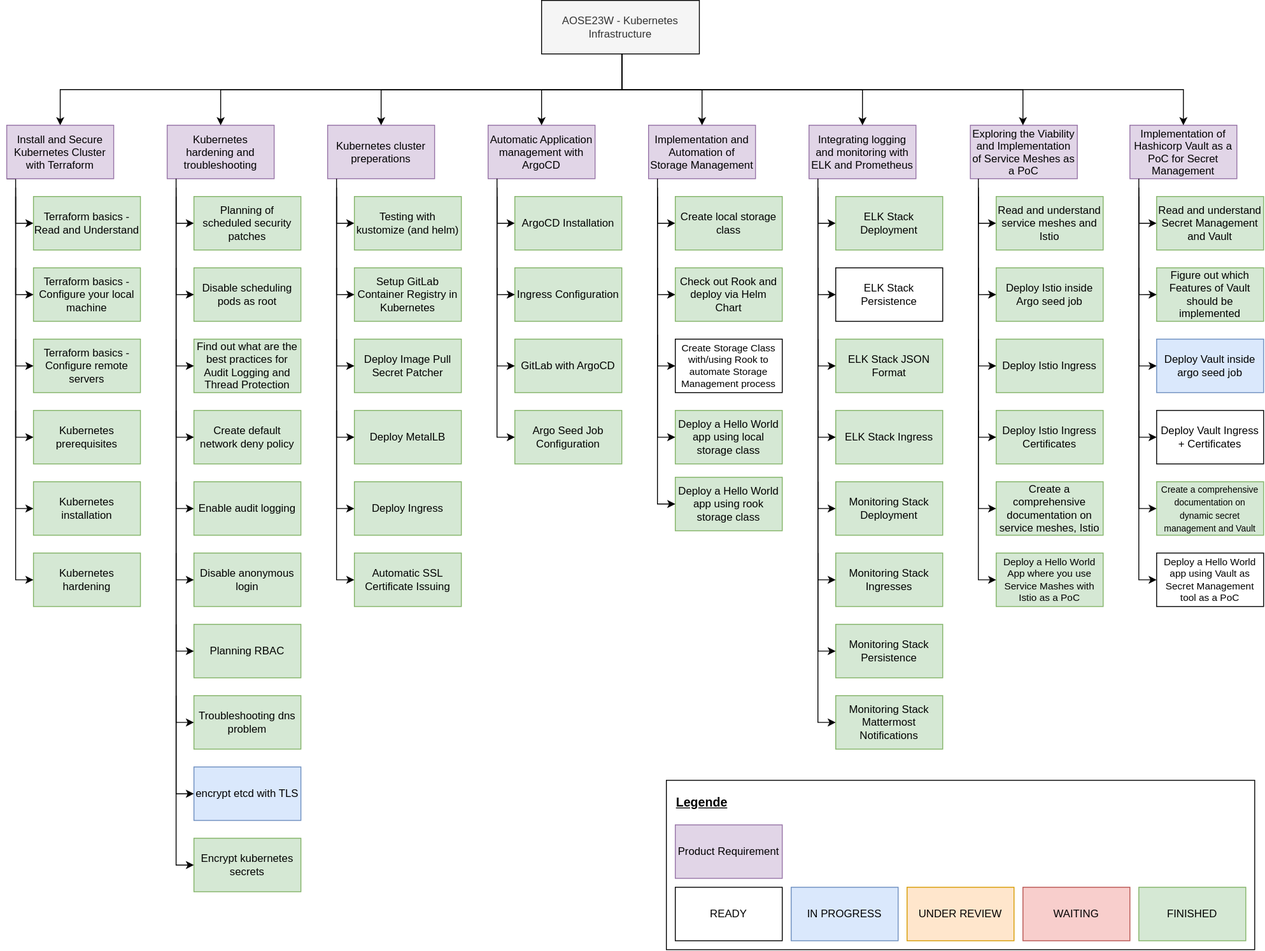
Before: uni-bsc/product-requirements-kubernetes-infrastructure.drawio.svg, a diagram exported from draw.io (pogii123/drawio-charts). Source tidied: cells renumbered, new cells last; positions are measured from the earlier drawing's top-left corner, leaving out a move shared by most shapes.
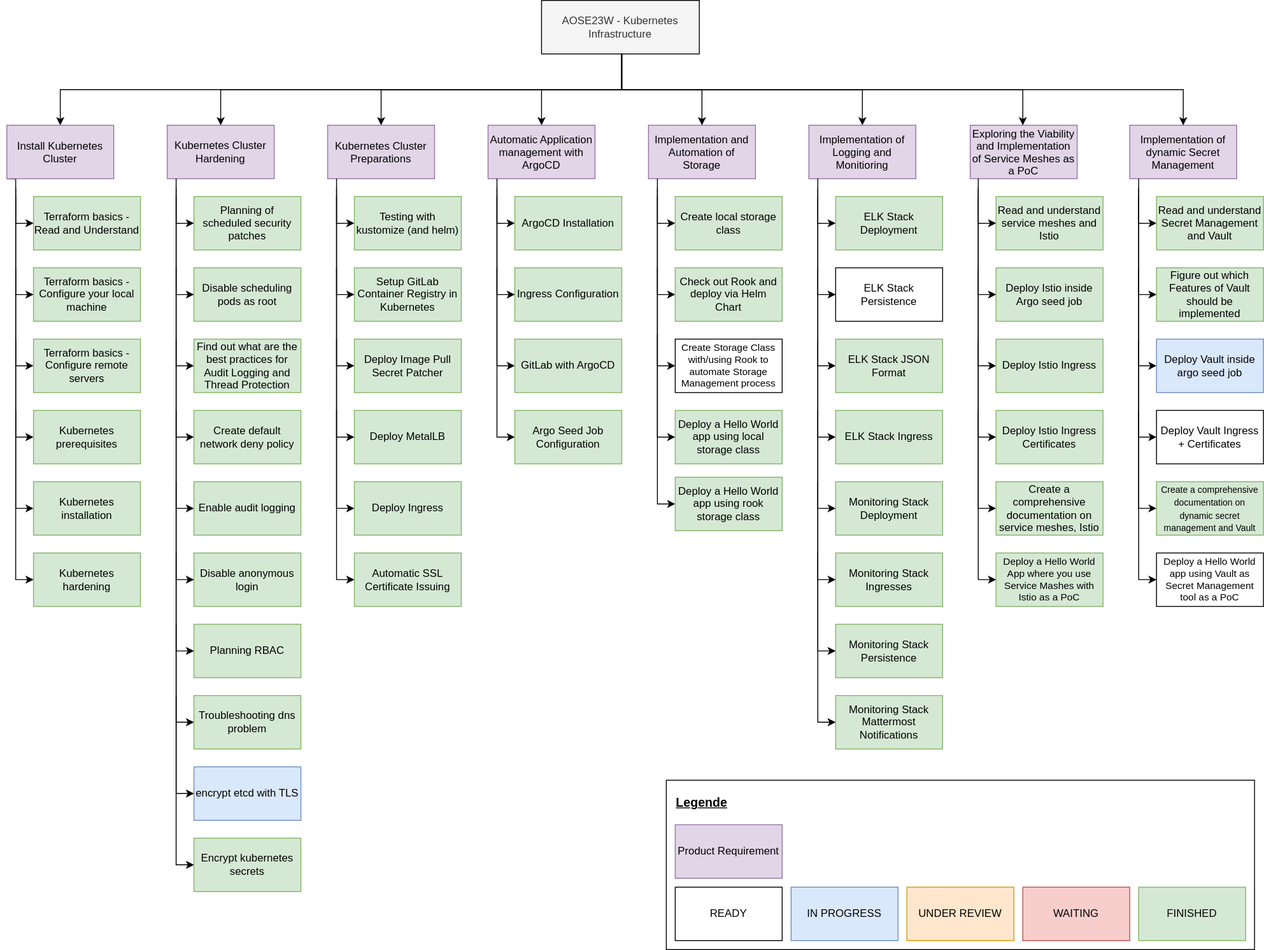
Later version of the same file.

What changed in the source:
```diff
@@ -45,28 +45,28 @@
         </Array>
       </mxGeometry>
     </mxCell>
-    <mxCell id="13" value="&lt;p style=&quot;margin: 0px; font-style: normal; font-variant-caps: normal; font-stretch: normal; line-height: normal; font-size-adjust: none; font-kerning: auto; font-variant-alternates: normal; font-variant-ligatures: normal; font-variant-numeric: normal; font-variant-east-asian: normal; font-variant-position: normal; font-feature-settings: normal; font-optical-sizing: auto; font-variation-settings: normal;&quot;&gt;&lt;font face=&quot;Helvetica&quot; style=&quot;font-size: 12px;&quot;&gt;Install and Secure Kubernetes Cluster with Terraform&lt;/font&gt;&lt;/p&gt;" style="whiteSpace=wrap;html=1;rounded=0;fillColor=#e1d5e7;strokeColor=#9673a6;" parent="1" vertex="1">
+    <mxCell id="13" value="&lt;p style=&quot;margin: 0px; font-style: normal; font-variant-caps: normal; font-stretch: normal; line-height: normal; font-size-adjust: none; font-kerning: auto; font-variant-alternates: normal; font-variant-ligatures: normal; font-variant-numeric: normal; font-variant-east-asian: normal; font-variant-position: normal; font-feature-settings: normal; font-optical-sizing: auto; font-variation-settings: normal;&quot;&gt;&lt;font face=&quot;Helvetica&quot; style=&quot;font-size: 12px;&quot;&gt;Install Kubernetes Cluster&lt;/font&gt;&lt;/p&gt;" style="whiteSpace=wrap;html=1;rounded=0;fillColor=#e1d5e7;strokeColor=#9673a6;" parent="1" vertex="1">
       <mxGeometry y="140" width="120" height="60" as="geometry" />
     </mxCell>
-    <mxCell id="14" value="&lt;p style=&quot;margin: 0px; font-style: normal; font-variant-caps: normal; font-stretch: normal; line-height: normal; font-size-adjust: none; font-kerning: auto; font-variant-alternates: normal; font-variant-ligatures: normal; font-variant-numeric: normal; font-variant-east-asian: normal; font-variant-position: normal; font-feature-settings: normal; font-optical-sizing: auto; font-variation-settings: normal;&quot;&gt;&lt;font face=&quot;Helvetica&quot; style=&quot;font-size: 12px;&quot;&gt;Kubernetes hardening and troubleshooting&lt;/font&gt;&lt;/p&gt;" style="whiteSpace=wrap;html=1;rounded=0;fillColor=#e1d5e7;strokeColor=#9673a6;" parent="1" vertex="1">
+    <mxCell id="14" value="Kubernetes Cluster Hardening" style="whiteSpace=wrap;html=1;rounded=0;fillColor=#e1d5e7;strokeColor=#9673a6;" parent="1" vertex="1">
       <mxGeometry x="180" y="140" width="120" height="60" as="geometry" />
     </mxCell>
-    <mxCell id="15" value="&lt;p style=&quot;margin: 0px; font-style: normal; font-variant-caps: normal; font-stretch: normal; line-height: normal; font-size-adjust: none; font-kerning: auto; font-variant-alternates: normal; font-variant-ligatures: normal; font-variant-numeric: normal; font-variant-east-asian: normal; font-variant-position: normal; font-feature-settings: normal; font-optical-sizing: auto; font-variation-settings: normal;&quot;&gt;&lt;font face=&quot;Helvetica&quot; style=&quot;font-size: 12px;&quot;&gt;Kubernetes cluster preperations&lt;/font&gt;&lt;/p&gt;" style="whiteSpace=wrap;html=1;rounded=0;fillColor=#e1d5e7;strokeColor=#9673a6;" parent="1" vertex="1">
+    <mxCell id="15" value="&lt;p style=&quot;margin: 0px; font-style: normal; font-variant-caps: normal; font-stretch: normal; line-height: normal; font-size-adjust: none; font-kerning: auto; font-variant-alternates: normal; font-variant-ligatures: normal; font-variant-numeric: normal; font-variant-east-asian: normal; font-variant-position: normal; font-feature-settings: normal; font-optical-sizing: auto; font-variation-settings: normal;&quot;&gt;&lt;font face=&quot;Helvetica&quot; style=&quot;font-size: 12px;&quot;&gt;Kubernetes Cluster Preparations&lt;/font&gt;&lt;/p&gt;" style="whiteSpace=wrap;html=1;rounded=0;fillColor=#e1d5e7;strokeColor=#9673a6;" parent="1" vertex="1">
       <mxGeometry x="360" y="140" width="120" height="60" as="geometry" />
     </mxCell>
     <mxCell id="16" value="&lt;p style=&quot;margin: 0px; font-style: normal; font-variant-caps: normal; font-stretch: normal; line-height: normal; font-size-adjust: none; font-kerning: auto; font-variant-alternates: normal; font-variant-ligatures: normal; font-variant-numeric: normal; font-variant-east-asian: normal; font-variant-position: normal; font-feature-settings: normal; font-optical-sizing: auto; font-variation-settings: normal;&quot;&gt;&lt;font style=&quot;font-size: 12px;&quot;&gt;Automatic Application management with ArgoCD&lt;/font&gt;&lt;/p&gt;" style="whiteSpace=wrap;html=1;rounded=0;fillColor=#e1d5e7;strokeColor=#9673a6;" parent="1" vertex="1">
       <mxGeometry x="540" y="140" width="120" height="60" as="geometry" />
     </mxCell>
-    <mxCell id="17" value="&lt;p style=&quot;margin: 0px; font-style: normal; font-variant-caps: normal; font-stretch: normal; line-height: normal; font-size-adjust: none; font-kerning: auto; font-variant-alternates: normal; font-variant-ligatures: normal; font-variant-numeric: normal; font-variant-east-asian: normal; font-variant-position: normal; font-feature-settings: normal; font-optical-sizing: auto; font-variation-settings: normal;&quot;&gt;&lt;font face=&quot;Helvetica&quot; style=&quot;font-size: 12px;&quot;&gt;Implementation and Automation of Storage Management&lt;/font&gt;&lt;/p&gt;" style="whiteSpace=wrap;html=1;rounded=0;fillColor=#e1d5e7;strokeColor=#9673a6;" parent="1" vertex="1">
+    <mxCell id="17" value="&lt;p style=&quot;margin: 0px; font-style: normal; font-variant-caps: normal; font-stretch: normal; line-height: normal; font-size-adjust: none; font-kerning: auto; font-variant-alternates: normal; font-variant-ligatures: normal; font-variant-numeric: normal; font-variant-east-asian: normal; font-variant-position: normal; font-feature-settings: normal; font-optical-sizing: auto; font-variation-settings: normal;&quot;&gt;&lt;font face=&quot;Helvetica&quot; style=&quot;font-size: 12px;&quot;&gt;Implementation and Automation of Storage&lt;/font&gt;&lt;/p&gt;" style="whiteSpace=wrap;html=1;rounded=0;fillColor=#e1d5e7;strokeColor=#9673a6;" parent="1" vertex="1">
       <mxGeometry x="720" y="140" width="120" height="60" as="geometry" />
     </mxCell>
-    <mxCell id="18" value="&lt;p style=&quot;margin: 0px; font-style: normal; font-variant-caps: normal; font-stretch: normal; line-height: normal; font-size-adjust: none; font-kerning: auto; font-variant-alternates: normal; font-variant-ligatures: normal; font-variant-numeric: normal; font-variant-east-asian: normal; font-variant-position: normal; font-feature-settings: normal; font-optical-sizing: auto; font-variation-settings: normal;&quot;&gt;&lt;font face=&quot;Helvetica&quot; style=&quot;font-size: 12px;&quot;&gt;Integrating logging and monitoring with ELK and Prometheus&lt;/font&gt;&lt;/p&gt;" style="whiteSpace=wrap;html=1;rounded=0;fillColor=#e1d5e7;strokeColor=#9673a6;" parent="1" vertex="1">
+    <mxCell id="18" value="&lt;p style=&quot;margin: 0px; font-style: normal; font-variant-caps: normal; font-stretch: normal; line-height: normal; font-size-adjust: none; font-kerning: auto; font-variant-alternates: normal; font-variant-ligatures: normal; font-variant-numeric: normal; font-variant-east-asian: normal; font-variant-position: normal; font-feature-settings: normal; font-optical-sizing: auto; font-variation-settings: normal;&quot;&gt;&lt;font face=&quot;Helvetica&quot; style=&quot;font-size: 12px;&quot;&gt;Implementation of Logging and Monitioring&lt;/font&gt;&lt;/p&gt;" style="whiteSpace=wrap;html=1;rounded=0;fillColor=#e1d5e7;strokeColor=#9673a6;" parent="1" vertex="1">
       <mxGeometry x="900" y="140" width="120" height="60" as="geometry" />
     </mxCell>
     <mxCell id="19" value="&lt;p style=&quot;margin: 0px; font-style: normal; font-variant-caps: normal; font-stretch: normal; line-height: normal; font-size-adjust: none; font-kerning: auto; font-variant-alternates: normal; font-variant-ligatures: normal; font-variant-numeric: normal; font-variant-east-asian: normal; font-variant-position: normal; font-feature-settings: normal; font-optical-sizing: auto; font-variation-settings: normal;&quot;&gt;&lt;font face=&quot;Helvetica&quot; style=&quot;font-size: 12px;&quot;&gt;Exploring the Viability and Implementation of Service Meshes as a PoC&lt;/font&gt;&lt;/p&gt;" style="whiteSpace=wrap;html=1;rounded=0;fillColor=#e1d5e7;strokeColor=#9673a6;" parent="1" vertex="1">
       <mxGeometry x="1081" y="140" width="120" height="60" as="geometry" />
     </mxCell>
-    <mxCell id="20" value="&lt;p style=&quot;margin: 0px; font-style: normal; font-variant-caps: normal; font-stretch: normal; line-height: normal; font-size-adjust: none; font-kerning: auto; font-variant-alternates: normal; font-variant-ligatures: normal; font-variant-numeric: normal; font-variant-east-asian: normal; font-variant-position: normal; font-feature-settings: normal; font-optical-sizing: auto; font-variation-settings: normal;&quot;&gt;&lt;font style=&quot;font-size: 12px;&quot;&gt;Implementation of Hashicorp Vault as a PoC for Secret Management&lt;/font&gt;&lt;/p&gt;" style="whiteSpace=wrap;html=1;rounded=0;fillColor=#e1d5e7;strokeColor=#9673a6;" parent="1" vertex="1">
+    <mxCell id="20" value="&lt;p style=&quot;margin: 0px; font-style: normal; font-variant-caps: normal; font-stretch: normal; line-height: normal; font-size-adjust: none; font-kerning: auto; font-variant-alternates: normal; font-variant-ligatures: normal; font-variant-numeric: normal; font-variant-east-asian: normal; font-variant-position: normal; font-feature-settings: normal; font-optical-sizing: auto; font-variation-settings: normal;&quot;&gt;&lt;font style=&quot;font-size: 12px;&quot;&gt;Implementation of dynamic Secret Management&lt;/font&gt;&lt;/p&gt;" style="whiteSpace=wrap;html=1;rounded=0;fillColor=#e1d5e7;strokeColor=#9673a6;" parent="1" vertex="1">
       <mxGeometry x="1260" y="140" width="120" height="60" as="geometry" />
     </mxCell>
     <mxCell id="21" style="edgeStyle=orthogonalEdgeStyle;rounded=0;jettySize=auto;html=1;entryX=0.5;entryY=0;entryDx=0;entryDy=0;" parent="1" edge="1" target="14">
```
